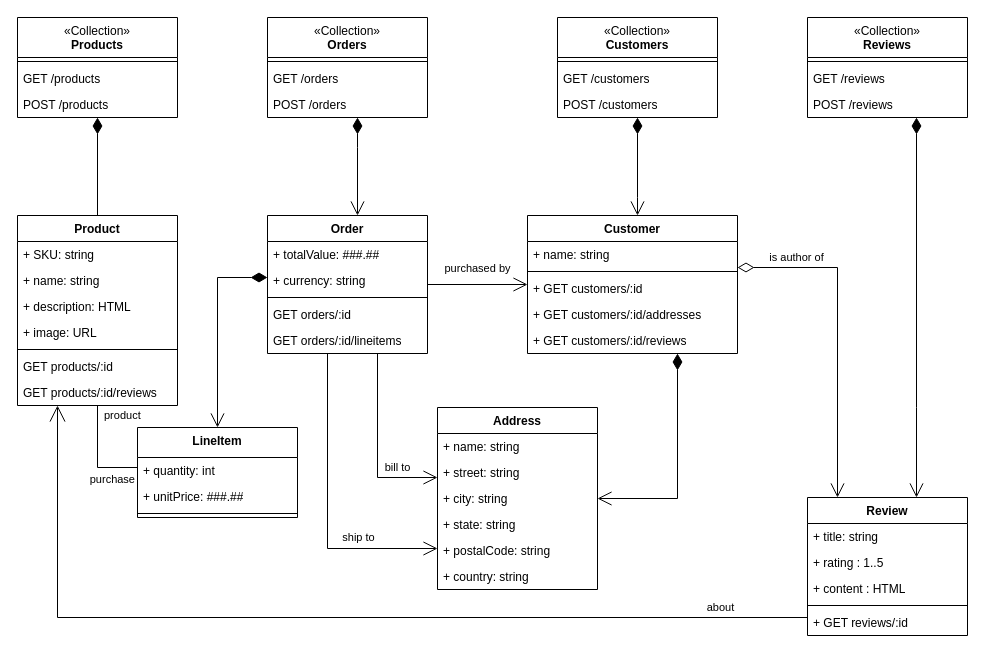
Earlier version of the draw.io diagram REST API.drawio (kubiak-calpoly/csc307-team-project). Source tidied: cells renumbered, new cells numbered last; positions are measured from the earlier drawing's top-left corner, leaving out a move shared by most shapes. Both pictures are drawn from the tidied source at 100%, with x=0, y=0 at pixel (17, 17).
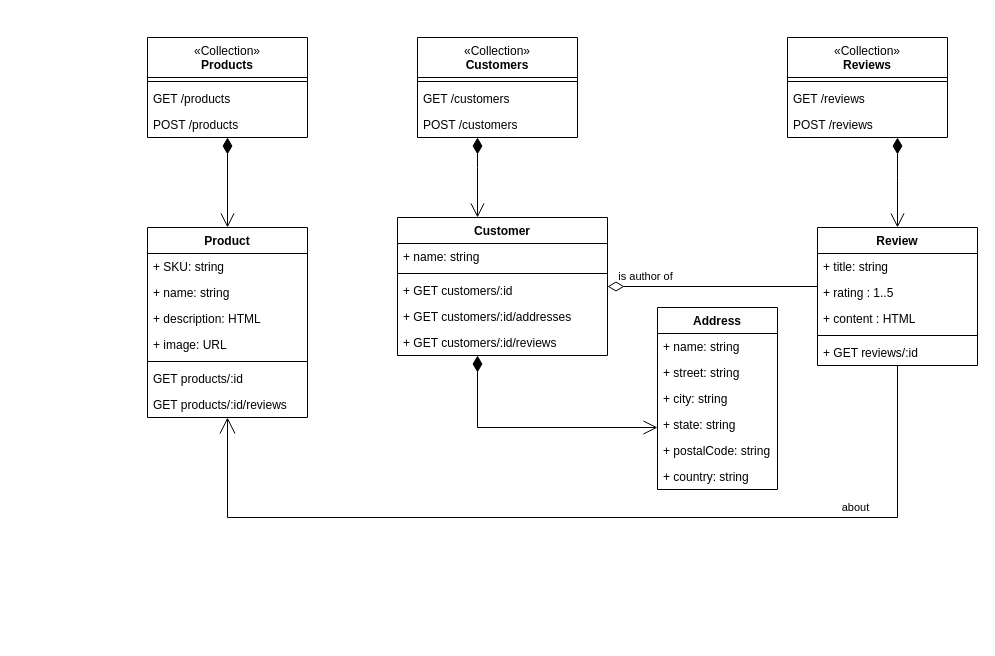
After the change.

Diff of the diagram source:
```diff
@@
-    <mxCell id="2" value="Order" style="swimlane;fontStyle=1;align=center;verticalAlign=top;horizontal=1;startSize=26;whiteSpace=wrap;html=1;" parent="1" vertex="1">
-      <mxGeometry x="250" y="198" width="160" height="138" as="geometry" />
-    </mxCell>
-    <mxCell id="3" value="+ totalValue: ###.##" style="text;strokeColor=none;fillColor=none;align=left;verticalAlign=top;spacingLeft=4;spacingRight=4;overflow=hidden;whiteSpace=wrap;html=1;" parent="2" vertex="1">
-      <mxGeometry y="26" width="160" height="26" as="geometry" />
-    </mxCell>
-    <mxCell id="4" value="+ currency: string" style="text;strokeColor=none;fillColor=none;align=left;verticalAlign=top;spacingLeft=4;spacingRight=4;overflow=hidden;whiteSpace=wrap;html=1;" parent="2" vertex="1">
-      <mxGeometry y="52" width="160" height="26" as="geometry" />
-    </mxCell>
-    <mxCell id="5" style="line;strokeWidth=1;fillColor=none;align=left;verticalAlign=middle;spacingTop=-1;spacingLeft=3;spacingRight=3;labelPosition=right;strokeColor=inherit;" parent="2" vertex="1">
-      <mxGeometry y="78" width="160" height="8" as="geometry" />
-    </mxCell>
-    <mxCell id="6" value="GET orders/:id" style="text;strokeColor=none;fillColor=none;align=left;verticalAlign=top;spacingLeft=4;spacingRight=4;overflow=hidden;whiteSpace=wrap;html=1;" parent="2" vertex="1">
-      <mxGeometry y="86" width="160" height="26" as="geometry" />
-    </mxCell>
-    <mxCell id="7" value="GET orders/:id/lineitems" style="text;strokeColor=none;fillColor=none;align=left;verticalAlign=top;spacingLeft=4;spacingRight=4;overflow=hidden;whiteSpace=wrap;html=1;" parent="2" vertex="1">
-      <mxGeometry y="112" width="160" height="26" as="geometry" />
-    </mxCell>
     <mxCell id="8" value="Customer" style="swimlane;fontStyle=1;align=center;verticalAlign=top;horizontal=1;startSize=26;whiteSpace=wrap;html=1;" parent="1" vertex="1">
-      <mxGeometry x="510" y="198" width="210" height="138" as="geometry" />
+      <mxGeometry x="380" y="200" width="210" height="138" as="geometry" />
     </mxCell>
@@
-    <mxCell id="14" value="purchased by" style="endArrow=open;html=1;endSize=12;startArrow=none;startSize=14;startFill=0;edgeStyle=orthogonalEdgeStyle;rounded=0;" parent="1" edge="1" source="2" target="8">
-      <mxGeometry x="-0.03" y="16" relative="1" as="geometry">
-        <mxPoint x="1" as="offset" />
-      </mxGeometry>
-    </mxCell>
-    <mxCell id="15" value="LineItem" style="swimlane;fontStyle=1;align=center;verticalAlign=top;horizontal=1;startSize=30;whiteSpace=wrap;html=1;" parent="1" vertex="1">
-      <mxGeometry x="120" y="410" width="160" height="90" as="geometry" />
-    </mxCell>
-    <mxCell id="16" value="+ quantity: int" style="text;strokeColor=none;fillColor=none;align=left;verticalAlign=top;spacingLeft=4;spacingRight=4;overflow=hidden;whiteSpace=wrap;html=1;" parent="15" vertex="1">
-      <mxGeometry y="30" width="160" height="26" as="geometry" />
-    </mxCell>
-    <mxCell id="17" value="+ unitPrice: ###.##" style="text;strokeColor=none;fillColor=none;align=left;verticalAlign=top;spacingLeft=4;spacingRight=4;overflow=hidden;whiteSpace=wrap;html=1;" parent="15" vertex="1">
-      <mxGeometry y="56" width="160" height="26" as="geometry" />
-    </mxCell>
-    <mxCell id="18" style="line;strokeWidth=1;fillColor=none;align=left;verticalAlign=middle;spacingTop=-1;spacingLeft=3;spacingRight=3;labelPosition=right;strokeColor=inherit;" parent="15" vertex="1">
-      <mxGeometry y="82" width="160" height="8" as="geometry" />
-    </mxCell>
-    <mxCell id="19" style="endArrow=open;html=1;endSize=12;startArrow=diamondThin;startSize=14;startFill=1;edgeStyle=orthogonalEdgeStyle;rounded=0;endFill=0;" parent="1" edge="1" source="2" target="15">
-      <mxGeometry x="0.3" y="24" relative="1" as="geometry">
-        <Array as="points">
-          <mxPoint x="200" y="260" />
-        </Array>
-        <mxPoint x="-4" y="-13" as="offset" />
-      </mxGeometry>
-    </mxCell>
-    <mxCell id="20" value="&lt;span style=&quot;font-weight: normal;&quot;&gt;«Collection»&lt;br style=&quot;border-color: var(--border-color);&quot;&gt;&lt;/span&gt;Orders" style="swimlane;fontStyle=1;align=center;verticalAlign=top;horizontal=1;startSize=40;whiteSpace=wrap;html=1;" parent="1" vertex="1">
-      <mxGeometry x="250" width="160" height="100" as="geometry" />
-    </mxCell>
-    <mxCell id="21" style="line;strokeWidth=1;fillColor=none;align=left;verticalAlign=middle;spacingTop=-1;spacingLeft=3;spacingRight=3;labelPosition=right;strokeColor=inherit;" parent="20" vertex="1">
-      <mxGeometry y="40" width="160" height="8" as="geometry" />
-    </mxCell>
-    <mxCell id="22" value="GET /orders" style="text;strokeColor=none;fillColor=none;align=left;verticalAlign=top;spacingLeft=4;spacingRight=4;overflow=hidden;whiteSpace=wrap;html=1;" parent="20" vertex="1">
-      <mxGeometry y="48" width="160" height="26" as="geometry" />
-    </mxCell>
-    <mxCell id="23" value="POST /orders" style="text;strokeColor=none;fillColor=none;align=left;verticalAlign=top;spacingLeft=4;spacingRight=4;overflow=hidden;whiteSpace=wrap;html=1;" parent="20" vertex="1">
-      <mxGeometry y="74" width="160" height="26" as="geometry" />
-    </mxCell>
-    <mxCell id="24" style="endArrow=open;html=1;endSize=12;startArrow=diamondThin;startSize=14;startFill=1;edgeStyle=orthogonalEdgeStyle;rounded=0;endFill=0;" parent="1" edge="1" source="20">
-      <mxGeometry x="-0.15" y="40" relative="1" as="geometry">
-        <mxPoint x="340" y="198" as="targetPoint" />
-        <Array as="points">
-          <mxPoint x="340" y="130" />
-          <mxPoint x="340" y="130" />
-        </Array>
-      </mxGeometry>
-    </mxCell>
     <mxCell id="25" value="Address" style="swimlane;fontStyle=1;align=center;verticalAlign=top;horizontal=1;startSize=26;whiteSpace=wrap;html=1;" parent="1" vertex="1">
-      <mxGeometry x="420" y="390" width="160" height="182" as="geometry" />
+      <mxGeometry x="640" y="290" width="120" height="182" as="geometry" />
     </mxCell>
     <mxCell id="26" value="+ name: string" style="text;strokeColor=none;fillColor=none;align=left;verticalAlign=top;spacingLeft=4;spacingRight=4;overflow=hidden;whiteSpace=wrap;html=1;" parent="25" vertex="1">
-      <mxGeometry y="26" width="160" height="26" as="geometry" />
+      <mxGeometry y="26" width="120" height="26" as="geometry" />
     </mxCell>
     <mxCell id="27" value="+ street: string" style="text;strokeColor=none;fillColor=none;align=left;verticalAlign=top;spacingLeft=4;spacingRight=4;overflow=hidden;whiteSpace=wrap;html=1;" parent="25" vertex="1">
-      <mxGeometry y="52" width="160" height="26" as="geometry" />
+      <mxGeometry y="52" width="120" height="26" as="geometry" />
     </mxCell>
     <mxCell id="28" value="+ city: string" style="text;strokeColor=none;fillColor=none;align=left;verticalAlign=top;spacingLeft=4;spacingRight=4;overflow=hidden;whiteSpace=wrap;html=1;" parent="25" vertex="1">
-      <mxGeometry y="78" width="160" height="26" as="geometry" />
+      <mxGeometry y="78" width="120" height="26" as="geometry" />
     </mxCell>
     <mxCell id="29" value="+ state: string" style="text;strokeColor=none;fillColor=none;align=left;verticalAlign=top;spacingLeft=4;spacingRight=4;overflow=hidden;whiteSpace=wrap;html=1;" parent="25" vertex="1">
-      <mxGeometry y="104" width="160" height="26" as="geometry" />
+      <mxGeometry y="104" width="120" height="26" as="geometry" />
     </mxCell>
     <mxCell id="30" value="+ postalCode: string" style="text;strokeColor=none;fillColor=none;align=left;verticalAlign=top;spacingLeft=4;spacingRight=4;overflow=hidden;whiteSpace=wrap;html=1;" parent="25" vertex="1">
-      <mxGeometry y="130" width="160" height="26" as="geometry" />
+      <mxGeometry y="130" width="120" height="26" as="geometry" />
     </mxCell>
     <mxCell id="31" value="+ country: string" style="text;strokeColor=none;fillColor=none;align=left;verticalAlign=top;spacingLeft=4;spacingRight=4;overflow=hidden;whiteSpace=wrap;html=1;" parent="25" vertex="1">
-      <mxGeometry y="156" width="160" height="26" as="geometry" />
+      <mxGeometry y="156" width="120" height="26" as="geometry" />
     </mxCell>
     <mxCell id="32" value="&lt;span style=&quot;font-weight: normal;&quot;&gt;«Collection»&lt;br style=&quot;border-color: var(--border-color);&quot;&gt;&lt;/span&gt;Customers" style="swimlane;fontStyle=1;align=center;verticalAlign=top;horizontal=1;startSize=40;whiteSpace=wrap;html=1;" parent="1" vertex="1">
-      <mxGeometry x="540" width="160" height="100" as="geometry" />
+      <mxGeometry x="400" y="20" width="160" height="100" as="geometry" />
     </mxCell>
@@
     <mxCell id="36" style="endArrow=open;html=1;endSize=12;startArrow=diamondThin;startSize=14;startFill=1;edgeStyle=orthogonalEdgeStyle;rounded=0;endFill=0;" parent="1" edge="1" source="32" target="8">
       <mxGeometry x="-0.21" y="39" relative="1" as="geometry">
         <Array as="points">
-          <mxPoint x="620" y="180" />
-          <mxPoint x="620" y="180" />
+          <mxPoint x="460" y="150" />
+          <mxPoint x="460" y="150" />
         </Array>
       </mxGeometry>
     </mxCell>
-    <mxCell id="37" value="bill to" style="endArrow=open;html=1;endSize=12;startArrow=none;startSize=14;startFill=0;edgeStyle=orthogonalEdgeStyle;rounded=0;" parent="1" edge="1" source="2" target="25">
-      <mxGeometry x="0.56" y="10" relative="1" as="geometry">
-        <Array as="points">
-          <mxPoint x="360" y="460" />
-        </Array>
-      </mxGeometry>
-    </mxCell>
-    <mxCell id="38" value="ship to" style="endArrow=open;html=1;endSize=12;startArrow=none;startSize=14;startFill=0;edgeStyle=orthogonalEdgeStyle;rounded=0;" parent="1" edge="1" source="2" target="25">
-      <mxGeometry x="0.48" y="11" relative="1" as="geometry">
-        <Array as="points">
-          <mxPoint x="310" y="531" />
-        </Array>
-      </mxGeometry>
-    </mxCell>
     <mxCell id="39" value="&lt;span style=&quot;font-weight: normal;&quot;&gt;«Collection»&lt;br style=&quot;border-color: var(--border-color);&quot;&gt;&lt;/span&gt;Products" style="swimlane;fontStyle=1;align=center;verticalAlign=top;horizontal=1;startSize=40;whiteSpace=wrap;html=1;" parent="1" vertex="1">
-      <mxGeometry width="160" height="100" as="geometry" />
+      <mxGeometry x="130" y="20" width="160" height="100" as="geometry" />
     </mxCell>
@@
     <mxCell id="43" value="Product" style="swimlane;fontStyle=1;align=center;verticalAlign=top;horizontal=1;startSize=26;whiteSpace=wrap;html=1;" parent="1" vertex="1">
-      <mxGeometry y="198" width="160" height="190" as="geometry" />
+      <mxGeometry x="130" y="210" width="160" height="190" as="geometry" />
     </mxCell>
@@
-    <mxCell id="51" style="endArrow=none;html=1;endSize=12;startArrow=diamondThin;startSize=14;startFill=1;edgeStyle=orthogonalEdgeStyle;rounded=0;endFill=0;" parent="1" edge="1" source="39" target="43">
+    <mxCell id="51" style="endArrow=open;html=1;endSize=12;startArrow=diamondThin;startSize=14;startFill=1;edgeStyle=orthogonalEdgeStyle;rounded=0;endFill=0;" parent="1" edge="1" source="39" target="43">
       <mxGeometry x="-0.15" y="58" relative="1" as="geometry" />
     </mxCell>
-    <mxCell id="52" style="endArrow=none;html=1;edgeStyle=orthogonalEdgeStyle;rounded=0;" parent="1" edge="1" source="43" target="15">
-      <mxGeometry relative="1" as="geometry">
-        <Array as="points">
-          <mxPoint x="80" y="450" />
-        </Array>
-      </mxGeometry>
-    </mxCell>
-    <mxCell id="53" value="product" style="edgeLabel;html=1;align=left;verticalAlign=bottom;" parent="52" vertex="1">
-      <mxGeometry x="-1" relative="1" as="geometry">
-        <mxPoint x="5" y="18" as="offset" />
-      </mxGeometry>
-    </mxCell>
-    <mxCell id="54" value="purchase" style="edgeLabel;html=1;align=right;verticalAlign=bottom;" parent="52" vertex="1">
-      <mxGeometry x="1" relative="1" as="geometry">
-        <mxPoint x="-2" y="20" as="offset" />
-      </mxGeometry>
-    </mxCell>
     <mxCell id="55" value="&lt;span style=&quot;font-weight: normal;&quot;&gt;«Collection»&lt;br style=&quot;border-color: var(--border-color);&quot;&gt;&lt;/span&gt;Reviews" style="swimlane;fontStyle=1;align=center;verticalAlign=top;horizontal=1;startSize=40;whiteSpace=wrap;html=1;" parent="1" vertex="1">
-      <mxGeometry x="790" width="160" height="100" as="geometry" />
+      <mxGeometry x="770" y="20" width="160" height="100" as="geometry" />
     </mxCell>
@@
     <mxCell id="59" value="Review" style="swimlane;fontStyle=1;align=center;verticalAlign=top;horizontal=1;startSize=26;whiteSpace=wrap;html=1;" parent="1" vertex="1">
-      <mxGeometry x="790" y="480" width="160" height="138" as="geometry" />
+      <mxGeometry x="800" y="210" width="160" height="138" as="geometry" />
     </mxCell>
@@
-    <mxCell id="65" style="endArrow=open;html=1;endSize=12;startArrow=diamondThin;startSize=14;startFill=1;edgeStyle=orthogonalEdgeStyle;rounded=0;endFill=0;" parent="1" edge="1" source="55" target="59">
+    <mxCell id="65" style="endArrow=open;html=1;endSize=12;startArrow=diamondThin;startSize=14;startFill=1;edgeStyle=orthogonalEdgeStyle;rounded=0;endFill=0;" parent="1" edge="1" source="55">
       <mxGeometry x="-0.21" y="39" relative="1" as="geometry">
+        <mxPoint x="880" y="210" as="targetPoint" />
         <Array as="points">
-          <mxPoint x="899" y="390" />
-          <mxPoint x="899" y="390" />
+          <mxPoint x="880" y="160" />
+          <mxPoint x="880" y="160" />
         </Array>
       </mxGeometry>
     </mxCell>
-    <mxCell id="66" value="is author of" style="endArrow=open;html=1;endSize=12;startArrow=diamondThin;startSize=14;startFill=0;edgeStyle=orthogonalEdgeStyle;rounded=0;" parent="1" edge="1" source="8" target="59">
+    <mxCell id="66" value="is author of" style="endArrow=none;html=1;endSize=12;startArrow=diamondThin;startSize=14;startFill=0;edgeStyle=orthogonalEdgeStyle;rounded=0;endFill=0;" parent="1" edge="1" source="8" target="59">
       <mxGeometry x="-0.64" y="10" relative="1" as="geometry">
         <Array as="points">
           <mxPoint x="820" y="250" />
         </Array>
       </mxGeometry>
     </mxCell>
     <mxCell id="67" style="endArrow=open;html=1;endSize=12;startArrow=diamondThin;startSize=14;startFill=1;edgeStyle=orthogonalEdgeStyle;rounded=0;" parent="1" edge="1" source="8" target="25">
       <mxGeometry relative="1" as="geometry">
         <Array as="points">
-          <mxPoint x="660" y="481" />
+          <mxPoint x="460" y="410" />
         </Array>
       </mxGeometry>
     </mxCell>
     <mxCell id="68" value="about" style="endArrow=none;html=1;endSize=12;startArrow=open;startSize=14;startFill=0;edgeStyle=orthogonalEdgeStyle;rounded=0;endFill=0;" parent="1" edge="1" source="43" target="59">
-      <mxGeometry x="0.82" y="10" relative="1" as="geometry">
+      <mxGeometry x="0.58" y="10" relative="1" as="geometry">
         <Array as="points">
-          <mxPoint x="40" y="600" />
-          <mxPoint x="860" y="600" />
+          <mxPoint x="210" y="500" />
+          <mxPoint x="880" y="500" />
         </Array>
       </mxGeometry>
     </mxCell>
```
